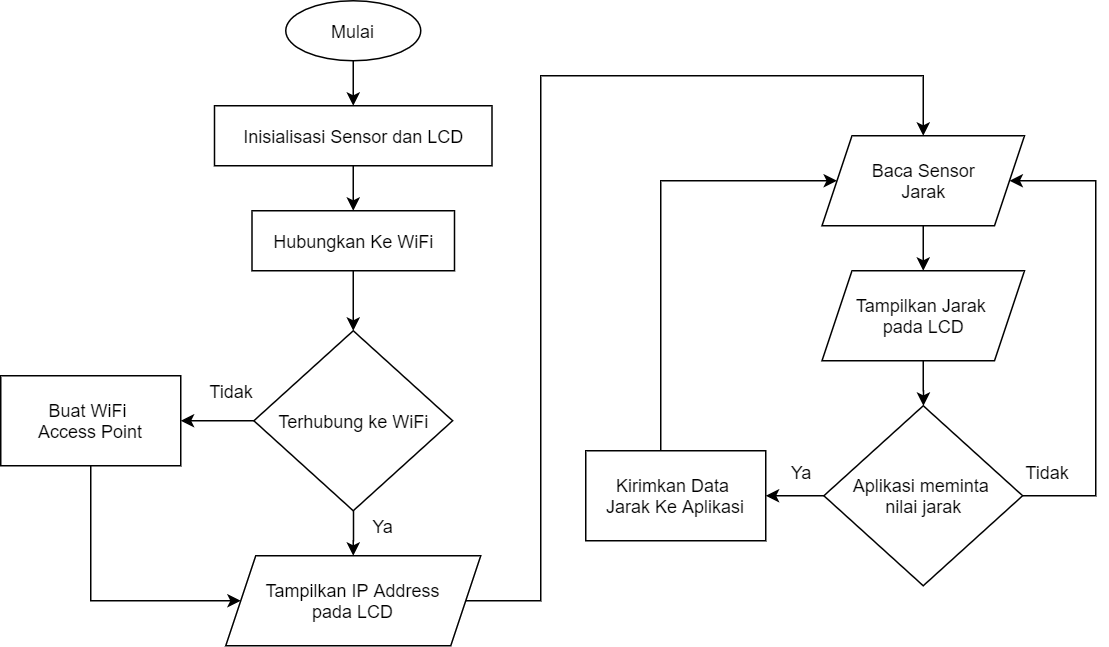
This is Assets/flowchart-arduino.png from nazililham11/measurement_tool, a draw.io export, as it was before one commit. Source tidied: cells renumbered, new cells last; positions are measured from the earlier drawing's top-left corner, leaving out a move shared by most shapes.
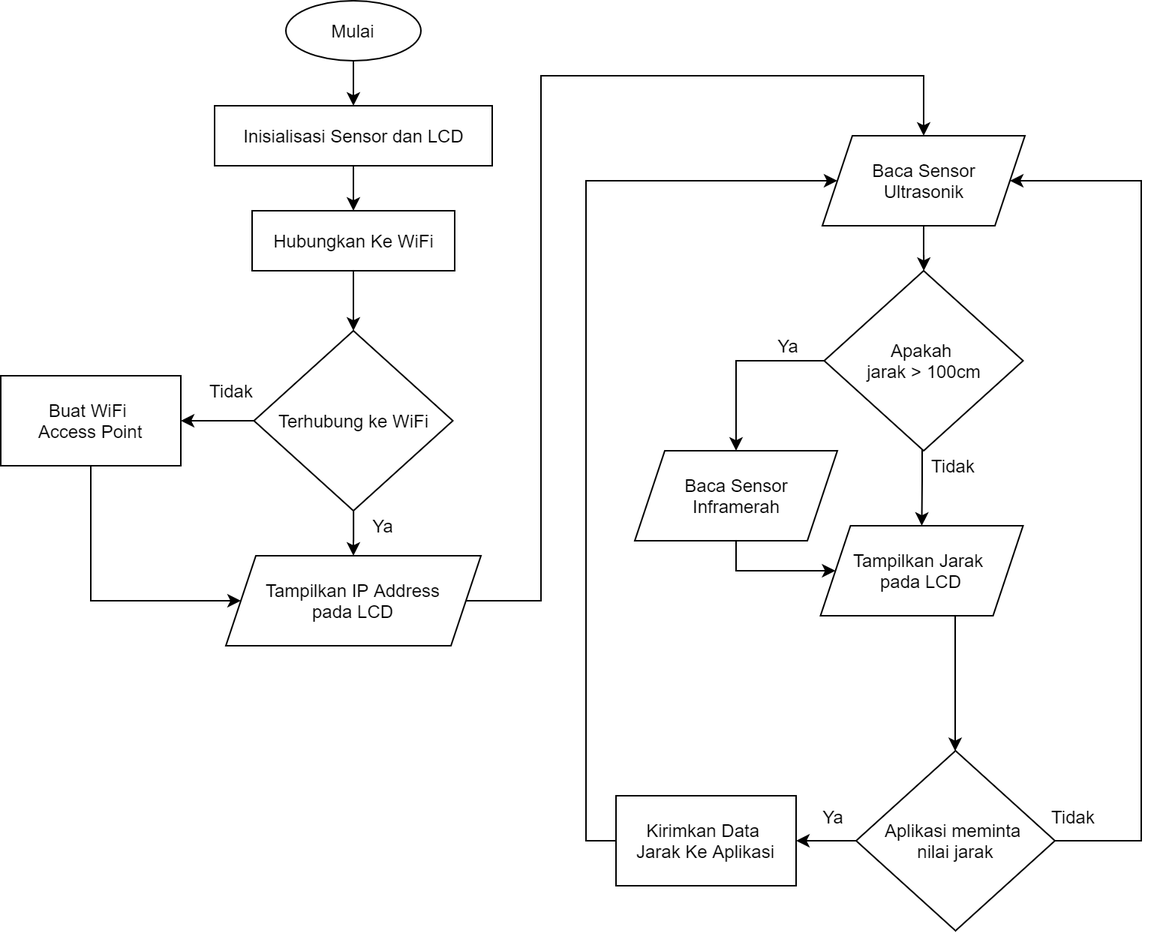
The same diagram one commit later.

Commit message:
- Penambahan penjelasan program - Perubahan skema rangkaian - Perubahan flowchart

What changed in the source:
```diff
@@ -14,17 +14,22 @@
     <mxCell id="5" value="Hubungkan Ke WiFi" style="rounded=0;whiteSpace=wrap;html=1;" parent="1" vertex="1">
       <mxGeometry x="167.5" y="140" width="135" height="40" as="geometry" />
     </mxCell>
-    <mxCell id="6" style="edgeStyle=orthogonalEdgeStyle;rounded=0;jettySize=auto;html=1;entryX=0.5;entryY=0;entryDx=0;entryDy=0;" parent="1" edge="1" source="7" target="9">
-      <mxGeometry relative="1" as="geometry" />
-    </mxCell>
+    <mxCell id="28" style="edgeStyle=orthogonalEdgeStyle;rounded=0;jettySize=auto;html=1;" parent="1" edge="1" source="7" target="31">
+      <mxGeometry relative="1" as="geometry" />
+    </mxCell>
-    <mxCell id="7" value="Baca Sensor&lt;br&gt;Jarak" style="shape=parallelogram;perimeter=parallelogramPerimeter;whiteSpace=wrap;html=1;fixedSize=1;" parent="1" vertex="1">
+    <mxCell id="7" value="Baca Sensor&lt;br&gt;Ultrasonik" style="shape=parallelogram;perimeter=parallelogramPerimeter;whiteSpace=wrap;html=1;fixedSize=1;" parent="1" vertex="1">
       <mxGeometry x="547.5" y="90" width="135" height="60" as="geometry" />
     </mxCell>
     <mxCell id="8" style="edgeStyle=orthogonalEdgeStyle;rounded=0;jettySize=auto;html=1;" parent="1" edge="1" source="9" target="12">
-      <mxGeometry relative="1" as="geometry" />
+      <mxGeometry relative="1" as="geometry">
+        <Array as="points">
+          <mxPoint x="636" y="460" />
+          <mxPoint x="636" y="460" />
+        </Array>
+      </mxGeometry>
     </mxCell>
     <mxCell id="9" value="Tampilkan Jarak &lt;br&gt;pada LCD" style="shape=parallelogram;perimeter=parallelogramPerimeter;whiteSpace=wrap;html=1;fixedSize=1;" parent="1" vertex="1">
-      <mxGeometry x="547.5" y="180" width="135" height="60" as="geometry" />
+      <mxGeometry x="546.2" y="350" width="135" height="60" as="geometry" />
     </mxCell>
     <mxCell id="10" style="edgeStyle=orthogonalEdgeStyle;rounded=0;jettySize=auto;html=1;entryX=1;entryY=0.5;entryDx=0;entryDy=0;" parent="1" edge="1" source="12" target="14">
       <mxGeometry relative="1" as="geometry" />
@@ -32,23 +37,24 @@
     <mxCell id="11" style="edgeStyle=orthogonalEdgeStyle;rounded=0;jettySize=auto;html=1;entryX=1;entryY=0.5;entryDx=0;entryDy=0;" parent="1" edge="1" source="12" target="7">
       <mxGeometry relative="1" as="geometry">
         <Array as="points">
-          <mxPoint x="730" y="330" />
-          <mxPoint x="730" y="120" />
+          <mxPoint x="760" y="560" />
+          <mxPoint x="760" y="120" />
         </Array>
       </mxGeometry>
     </mxCell>
     <mxCell id="12" value="Aplikasi meminta &lt;br&gt;nilai jarak" style="rhombus;whiteSpace=wrap;html=1;" parent="1" vertex="1">
-      <mxGeometry x="548.8" y="270" width="132.5" height="120" as="geometry" />
+      <mxGeometry x="570" y="500" width="132.5" height="120" as="geometry" />
     </mxCell>
     <mxCell id="13" style="edgeStyle=orthogonalEdgeStyle;rounded=0;jettySize=auto;html=1;entryX=0;entryY=0.5;entryDx=0;entryDy=0;" parent="1" edge="1" source="14" target="7">
       <mxGeometry relative="1" as="geometry">
         <Array as="points">
-          <mxPoint x="440" y="120" />
+          <mxPoint x="390" y="560" />
+          <mxPoint x="390" y="120" />
         </Array>
       </mxGeometry>
     </mxCell>
     <mxCell id="14" value="Kirimkan Data &lt;br&gt;Jarak Ke Aplikasi" style="rounded=0;whiteSpace=wrap;html=1;" parent="1" vertex="1">
-      <mxGeometry x="390" y="300" width="120" height="60" as="geometry" />
+      <mxGeometry x="410" y="530" width="120" height="60" as="geometry" />
     </mxCell>
     <mxCell id="15" style="edgeStyle=orthogonalEdgeStyle;rounded=0;jettySize=auto;html=1;" parent="1" edge="1" source="17" target="19">
       <mxGeometry relative="1" as="geometry" />
@@ -73,10 +79,10 @@
       <mxGeometry x="240" y="340" width="30" height="20" as="geometry" />
     </mxCell>
     <mxCell id="21" value="Ya" style="text;html=1;strokeColor=none;fillColor=none;align=center;verticalAlign=middle;whiteSpace=wrap;rounded=0;" parent="1" vertex="1">
-      <mxGeometry x="518.8" y="304" width="30" height="20" as="geometry" />
+      <mxGeometry x="540" y="534" width="30" height="20" as="geometry" />
     </mxCell>
     <mxCell id="22" value="Tidak" style="text;html=1;strokeColor=none;fillColor=none;align=center;verticalAlign=middle;whiteSpace=wrap;rounded=0;" parent="1" vertex="1">
-      <mxGeometry x="682.5" y="304" width="30" height="20" as="geometry" />
+      <mxGeometry x="700" y="534" width="30" height="20" as="geometry" />
     </mxCell>
     <mxCell id="23" value="Tidak" style="text;html=1;strokeColor=none;fillColor=none;align=center;verticalAlign=middle;whiteSpace=wrap;rounded=0;" parent="1" vertex="1">
       <mxGeometry x="138.8" y="250" width="30" height="20" as="geometry" />
@@ -99,5 +105,39 @@
     <mxCell id="27" value="Tampilkan IP Address&lt;br&gt;pada LCD" style="shape=parallelogram;perimeter=parallelogramPerimeter;whiteSpace=wrap;html=1;fixedSize=1;" parent="1" vertex="1">
       <mxGeometry x="150" y="370" width="170" height="60" as="geometry" />
     </mxCell>
+    <mxCell id="29" style="edgeStyle=orthogonalEdgeStyle;rounded=0;jettySize=auto;html=1;entryX=0.5;entryY=0;entryDx=0;entryDy=0;" parent="1" edge="1" source="31" target="33">
+      <mxGeometry relative="1" as="geometry">
+        <Array as="points">
+          <mxPoint x="490" y="240" />
+        </Array>
+      </mxGeometry>
+    </mxCell>
+    <mxCell id="30" style="edgeStyle=orthogonalEdgeStyle;rounded=0;jettySize=auto;html=1;entryX=0.5;entryY=0;entryDx=0;entryDy=0;" parent="1" edge="1" source="31" target="9">
+      <mxGeometry relative="1" as="geometry">
+        <Array as="points">
+          <mxPoint x="614" y="320" />
+          <mxPoint x="614" y="320" />
+        </Array>
+      </mxGeometry>
+    </mxCell>
+    <mxCell id="31" value="Apakah &lt;br&gt;jarak &amp;gt; 100cm" style="rhombus;whiteSpace=wrap;html=1;" parent="1" vertex="1">
+      <mxGeometry x="548.8" y="180" width="132.5" height="120" as="geometry" />
+    </mxCell>
+    <mxCell id="32" style="edgeStyle=orthogonalEdgeStyle;rounded=0;jettySize=auto;html=1;" parent="1" edge="1" source="33" target="9">
+      <mxGeometry relative="1" as="geometry">
+        <Array as="points">
+          <mxPoint x="490" y="380" />
+        </Array>
+      </mxGeometry>
+    </mxCell>
+    <mxCell id="33" value="Baca Sensor&lt;br&gt;Inframerah" style="shape=parallelogram;perimeter=parallelogramPerimeter;whiteSpace=wrap;html=1;fixedSize=1;" parent="1" vertex="1">
+      <mxGeometry x="422.5" y="300" width="135" height="60" as="geometry" />
+    </mxCell>
+    <mxCell id="34" value="Tidak" style="text;html=1;strokeColor=none;fillColor=none;align=center;verticalAlign=middle;whiteSpace=wrap;rounded=0;" parent="1" vertex="1">
+      <mxGeometry x="620" y="300" width="30" height="20" as="geometry" />
+    </mxCell>
+    <mxCell id="35" value="Ya" style="text;html=1;strokeColor=none;fillColor=none;align=center;verticalAlign=middle;whiteSpace=wrap;rounded=0;" parent="1" vertex="1">
+      <mxGeometry x="510" y="220" width="30" height="20" as="geometry" />
+    </mxCell>
   </root>
 </mxGraphModel>
```
